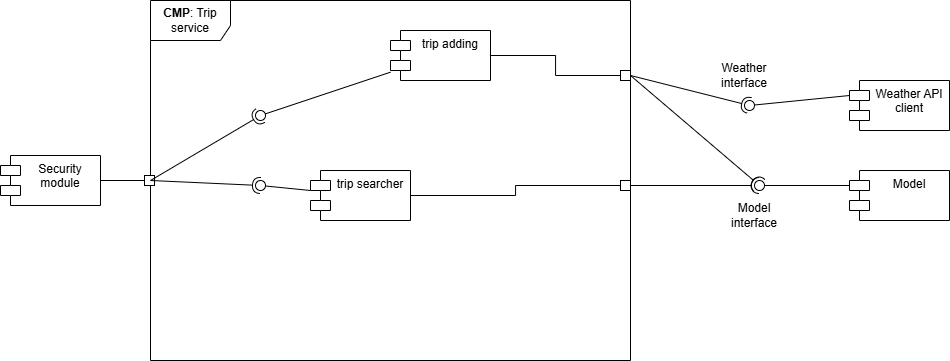
This is DD/LaTeXCode/images/componentDiagrams/Component_diagram-Trip_detailed_view.drawio.png from jacopobellosi/Bellosi-Montanelli-Tempobono, a draw.io export, as it was before one commit. Source tidied: cells renumbered, new cells last; positions are measured from the earlier drawing's top-left corner, leaving out a move shared by most shapes. Its diagram source:
```xml
<mxGraphModel>
  <root>
    <mxCell id="0" />
    <mxCell id="1" parent="0" />
    <mxCell id="2" value="&lt;b&gt;CMP&lt;/b&gt;: Trip service" style="shape=umlFrame;whiteSpace=wrap;html=1;width=80;height=40;" parent="1" vertex="1">
      <mxGeometry x="150" width="480" height="360" as="geometry" />
    </mxCell>
    <mxCell id="3" value="trip adding" style="shape=module;align=left;spacingLeft=20;align=center;verticalAlign=top;whiteSpace=wrap;html=1;" parent="1" vertex="1">
      <mxGeometry x="390" y="30" width="100" height="50" as="geometry" />
    </mxCell>
    <mxCell id="4" style="edgeStyle=orthogonalEdgeStyle;rounded=0;jettySize=auto;html=1;entryX=0;entryY=0.5;entryDx=0;entryDy=0;endArrow=none;endFill=0;" parent="1" edge="1" source="5" target="21">
      <mxGeometry relative="1" as="geometry" />
    </mxCell>
    <mxCell id="5" value="trip searcher" style="shape=module;align=left;spacingLeft=20;align=center;verticalAlign=top;whiteSpace=wrap;html=1;" parent="1" vertex="1">
      <mxGeometry x="310" y="170" width="100" height="50" as="geometry" />
    </mxCell>
    <mxCell id="6" value="Security&lt;br&gt;module" style="shape=module;align=left;spacingLeft=20;align=center;verticalAlign=top;whiteSpace=wrap;html=1;" parent="1" vertex="1">
      <mxGeometry y="155" width="100" height="50" as="geometry" />
    </mxCell>
    <mxCell id="7" style="ellipse;whiteSpace=wrap;html=1;align=center;fillColor=none;strokeColor=none;perimeter=centerPerimeter;" parent="1" vertex="1">
      <mxGeometry x="65" y="180" width="10" height="10" as="geometry" />
    </mxCell>
    <mxCell id="8" style="edgeStyle=orthogonalEdgeStyle;rounded=0;jettySize=auto;html=1;entryX=1;entryY=0.5;entryDx=0;entryDy=0;endArrow=none;endFill=0;" parent="1" edge="1" source="9" target="6">
      <mxGeometry relative="1" as="geometry" />
    </mxCell>
    <mxCell id="9" style="rounded=0;whiteSpace=wrap;html=1;" parent="1" vertex="1">
      <mxGeometry x="144" y="175" width="10" height="10" as="geometry" />
    </mxCell>
    <mxCell id="10" style="rounded=0;jettySize=auto;html=1;endArrow=halfCircle;endFill=0;endSize=6;strokeWidth=1;sketch=0;" parent="1" edge="1" target="12">
      <mxGeometry relative="1" as="geometry">
        <mxPoint x="150" y="180" as="sourcePoint" />
      </mxGeometry>
    </mxCell>
    <mxCell id="11" style="rounded=0;jettySize=auto;html=1;endArrow=oval;endFill=0;sketch=0;sourcePerimeterSpacing=0;targetPerimeterSpacing=0;endSize=10;" parent="1" edge="1" source="3" target="12">
      <mxGeometry relative="1" as="geometry" />
    </mxCell>
    <mxCell id="12" style="ellipse;whiteSpace=wrap;html=1;align=center;fillColor=none;strokeColor=none;perimeter=centerPerimeter;points=[];outlineConnect=1;" parent="1" vertex="1">
      <mxGeometry x="255" y="110" width="10" height="10" as="geometry" />
    </mxCell>
    <mxCell id="13" style="rounded=0;jettySize=auto;html=1;endArrow=halfCircle;endFill=0;endSize=6;strokeWidth=1;sketch=0;" parent="1" edge="1" target="15">
      <mxGeometry relative="1" as="geometry">
        <mxPoint x="150" y="180" as="sourcePoint" />
      </mxGeometry>
    </mxCell>
    <mxCell id="14" style="rounded=0;jettySize=auto;html=1;endArrow=oval;endFill=0;sketch=0;sourcePerimeterSpacing=0;targetPerimeterSpacing=0;endSize=10;" parent="1" edge="1" source="5" target="15">
      <mxGeometry relative="1" as="geometry" />
    </mxCell>
    <mxCell id="15" style="ellipse;whiteSpace=wrap;html=1;align=center;fillColor=none;strokeColor=none;perimeter=centerPerimeter;points=[];outlineConnect=1;" parent="1" vertex="1">
      <mxGeometry x="255" y="180" width="10" height="10" as="geometry" />
    </mxCell>
    <mxCell id="16" style="ellipse;whiteSpace=wrap;html=1;align=center;fillColor=none;strokeColor=none;perimeter=centerPerimeter;" parent="1" vertex="1">
      <mxGeometry x="480" y="170" width="10" height="10" as="geometry" />
    </mxCell>
    <mxCell id="17" style="ellipse;whiteSpace=wrap;html=1;align=center;fillColor=none;strokeColor=none;perimeter=centerPerimeter;" parent="1" vertex="1">
      <mxGeometry x="480" y="230" width="10" height="10" as="geometry" />
    </mxCell>
    <mxCell id="18" style="ellipse;whiteSpace=wrap;html=1;align=center;fillColor=none;strokeColor=none;perimeter=centerPerimeter;" parent="1" vertex="1">
      <mxGeometry x="195" y="280" width="10" height="10" as="geometry" />
    </mxCell>
    <mxCell id="19" style="ellipse;whiteSpace=wrap;html=1;align=center;fillColor=none;strokeColor=none;perimeter=centerPerimeter;" parent="1" vertex="1">
      <mxGeometry x="470" y="280" width="10" height="10" as="geometry" />
    </mxCell>
    <mxCell id="20" style="ellipse;whiteSpace=wrap;html=1;align=center;fillColor=none;strokeColor=none;perimeter=centerPerimeter;" parent="1" vertex="1">
      <mxGeometry x="455" y="240" width="10" height="10" as="geometry" />
    </mxCell>
    <mxCell id="21" style="rounded=0;whiteSpace=wrap;html=1;" parent="1" vertex="1">
      <mxGeometry x="620" y="180" width="10" height="10" as="geometry" />
    </mxCell>
    <mxCell id="22" value="Model" style="shape=module;align=left;spacingLeft=20;align=center;verticalAlign=top;whiteSpace=wrap;html=1;" parent="1" vertex="1">
      <mxGeometry x="849" y="170" width="100" height="50" as="geometry" />
    </mxCell>
    <mxCell id="23" style="edgeStyle=orthogonalEdgeStyle;rounded=0;jettySize=auto;html=1;entryX=1;entryY=0.5;entryDx=0;entryDy=0;endArrow=none;endFill=0;" parent="1" edge="1" source="24" target="3">
      <mxGeometry relative="1" as="geometry" />
    </mxCell>
    <mxCell id="24" style="rounded=0;whiteSpace=wrap;html=1;" parent="1" vertex="1">
      <mxGeometry x="620" y="70" width="10" height="10" as="geometry" />
    </mxCell>
    <mxCell id="25" style="rounded=0;jettySize=auto;html=1;endArrow=halfCircle;endFill=0;endSize=6;strokeWidth=1;sketch=0;exitX=1;exitY=0.5;exitDx=0;exitDy=0;" parent="1" edge="1" source="24" target="27">
      <mxGeometry relative="1" as="geometry" />
    </mxCell>
    <mxCell id="26" style="rounded=0;jettySize=auto;html=1;endArrow=oval;endFill=0;sketch=0;sourcePerimeterSpacing=0;targetPerimeterSpacing=0;endSize=10;exitX=0;exitY=0;exitDx=0;exitDy=15;exitPerimeter=0;" parent="1" edge="1" source="22" target="27">
      <mxGeometry relative="1" as="geometry" />
    </mxCell>
    <mxCell id="27" style="ellipse;whiteSpace=wrap;html=1;align=center;fillColor=none;strokeColor=none;perimeter=centerPerimeter;points=[];outlineConnect=1;" parent="1" vertex="1">
      <mxGeometry x="754" y="180" width="10" height="10" as="geometry" />
    </mxCell>
    <mxCell id="28" style="rounded=0;jettySize=auto;html=1;endArrow=halfCircle;endFill=0;endSize=6;strokeWidth=1;sketch=0;exitX=1;exitY=0.5;exitDx=0;exitDy=0;entryX=0.96;entryY=0.42;entryDx=0;entryDy=0;entryPerimeter=0;" parent="1" edge="1" source="21" target="27">
      <mxGeometry relative="1" as="geometry" />
    </mxCell>
    <mxCell id="29" value="Weather API client" style="shape=module;align=left;spacingLeft=20;align=center;verticalAlign=top;whiteSpace=wrap;html=1;" parent="1" vertex="1">
      <mxGeometry x="849" y="80" width="100" height="50" as="geometry" />
    </mxCell>
    <mxCell id="30" style="rounded=0;jettySize=auto;html=1;endArrow=halfCircle;endFill=0;endSize=6;strokeWidth=1;sketch=0;exitX=1;exitY=0.5;exitDx=0;exitDy=0;" parent="1" edge="1" source="24" target="32">
      <mxGeometry relative="1" as="geometry" />
    </mxCell>
    <mxCell id="31" style="rounded=0;jettySize=auto;html=1;endArrow=oval;endFill=0;sketch=0;sourcePerimeterSpacing=0;targetPerimeterSpacing=0;endSize=10;exitX=0;exitY=0;exitDx=0;exitDy=15;exitPerimeter=0;" parent="1" edge="1" source="29" target="32">
      <mxGeometry relative="1" as="geometry" />
    </mxCell>
    <mxCell id="32" style="ellipse;whiteSpace=wrap;html=1;align=center;fillColor=none;strokeColor=none;perimeter=centerPerimeter;points=[];outlineConnect=1;" parent="1" vertex="1">
      <mxGeometry x="744" y="100" width="10" height="10" as="geometry" />
    </mxCell>
    <mxCell id="33" style="ellipse;whiteSpace=wrap;html=1;align=center;fillColor=none;strokeColor=none;perimeter=centerPerimeter;" parent="1" vertex="1">
      <mxGeometry x="555" y="50" width="10" height="10" as="geometry" />
    </mxCell>
    <mxCell id="34" style="ellipse;whiteSpace=wrap;html=1;align=center;fillColor=none;strokeColor=none;perimeter=centerPerimeter;" parent="1" vertex="1">
      <mxGeometry x="744" y="20" width="10" height="10" as="geometry" />
    </mxCell>
    <mxCell id="35" value="Model&lt;br&gt;interface" style="text;html=1;whiteSpace=wrap;strokeColor=none;fillColor=none;align=center;verticalAlign=middle;rounded=0;" parent="1" vertex="1">
      <mxGeometry x="724" y="200" width="60" height="30" as="geometry" />
    </mxCell>
    <mxCell id="36" value="Weather&lt;br&gt;interface" style="text;html=1;whiteSpace=wrap;strokeColor=none;fillColor=none;align=center;verticalAlign=middle;rounded=0;" parent="1" vertex="1">
      <mxGeometry x="714" y="60" width="60" height="30" as="geometry" />
    </mxCell>
  </root>
</mxGraphModel>
```
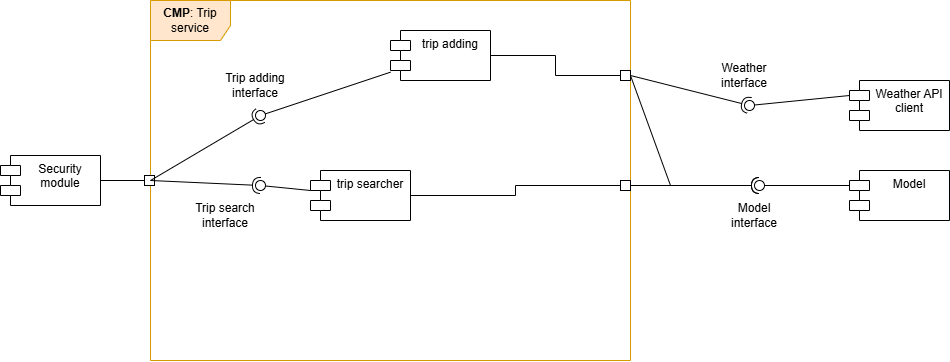
After the commit.

What changed in the source:
```diff
@@ -2,7 +2,7 @@
   <root>
     <mxCell id="0" />
     <mxCell id="1" parent="0" />
-    <mxCell id="2" value="&lt;b&gt;CMP&lt;/b&gt;: Trip service" style="shape=umlFrame;whiteSpace=wrap;html=1;width=80;height=40;" parent="1" vertex="1">
+    <mxCell id="2" value="&lt;b&gt;CMP&lt;/b&gt;: Trip service" style="shape=umlFrame;whiteSpace=wrap;html=1;width=80;height=40;fillColor=#ffe6cc;strokeColor=#d79b00;" parent="1" vertex="1">
       <mxGeometry x="150" width="480" height="360" as="geometry" />
     </mxCell>
     <mxCell id="3" value="trip adding" style="shape=module;align=left;spacingLeft=20;align=center;verticalAlign=top;whiteSpace=wrap;html=1;" parent="1" vertex="1">
@@ -76,7 +76,11 @@
       <mxGeometry x="620" y="70" width="10" height="10" as="geometry" />
     </mxCell>
     <mxCell id="25" style="rounded=0;jettySize=auto;html=1;endArrow=halfCircle;endFill=0;endSize=6;strokeWidth=1;sketch=0;exitX=1;exitY=0.5;exitDx=0;exitDy=0;" parent="1" edge="1" source="24" target="27">
-      <mxGeometry relative="1" as="geometry" />
+      <mxGeometry relative="1" as="geometry">
+        <Array as="points">
+          <mxPoint x="670" y="185" />
+        </Array>
+      </mxGeometry>
     </mxCell>
     <mxCell id="26" style="rounded=0;jettySize=auto;html=1;endArrow=oval;endFill=0;sketch=0;sourcePerimeterSpacing=0;targetPerimeterSpacing=0;endSize=10;exitX=0;exitY=0;exitDx=0;exitDy=15;exitPerimeter=0;" parent="1" edge="1" source="22" target="27">
       <mxGeometry relative="1" as="geometry" />
@@ -111,5 +115,11 @@
     <mxCell id="36" value="Weather&lt;br&gt;interface" style="text;html=1;whiteSpace=wrap;strokeColor=none;fillColor=none;align=center;verticalAlign=middle;rounded=0;" parent="1" vertex="1">
       <mxGeometry x="714" y="60" width="60" height="30" as="geometry" />
     </mxCell>
+    <mxCell id="37" value="Trip adding&lt;br&gt;interface" style="text;html=1;whiteSpace=wrap;strokeColor=none;fillColor=none;align=center;verticalAlign=middle;rounded=0;fontFamily=Helvetica;fontSize=12;fontColor=default;" parent="1" vertex="1">
+      <mxGeometry x="205" y="70" width="100" height="30" as="geometry" />
+    </mxCell>
+    <mxCell id="38" value="Trip search&lt;br&gt;interface" style="text;html=1;whiteSpace=wrap;strokeColor=none;fillColor=none;align=center;verticalAlign=middle;rounded=0;fontFamily=Helvetica;fontSize=12;fontColor=default;" parent="1" vertex="1">
+      <mxGeometry x="180" y="200" width="90" height="30" as="geometry" />
+    </mxCell>
   </root>
 </mxGraphModel>
```
